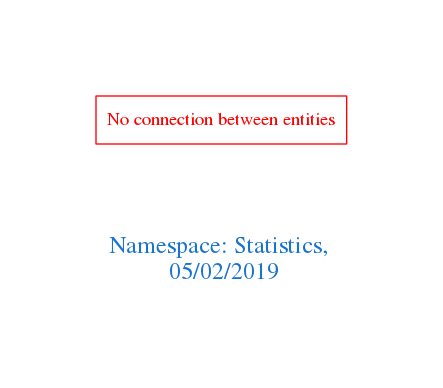
Above: downloads/Statistics.png in arago/OGIT (Graphviz), before the change. Its source is kept beside it as downloads/Statistics.dot.
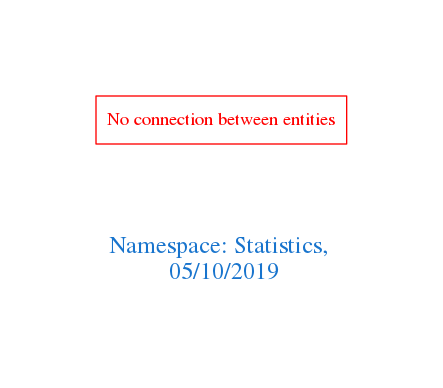
After the change.

The edit, as a diff of the source:
```diff
@@ -1,7 +1,7 @@
 digraph OGIT_ontology {
  graph [ rankdir= LR,pad=1
 fontsize = 18,
-fontcolor= dodgerblue3,label = "\n\n\nNamespace: Statistics, \n 05/02/2019"];
+fontcolor= dodgerblue3,label = "\n\n\nNamespace: Statistics, \n 05/10/2019"];
 node[shape=polygon];
 edge [  color="gray81"];
 
```
